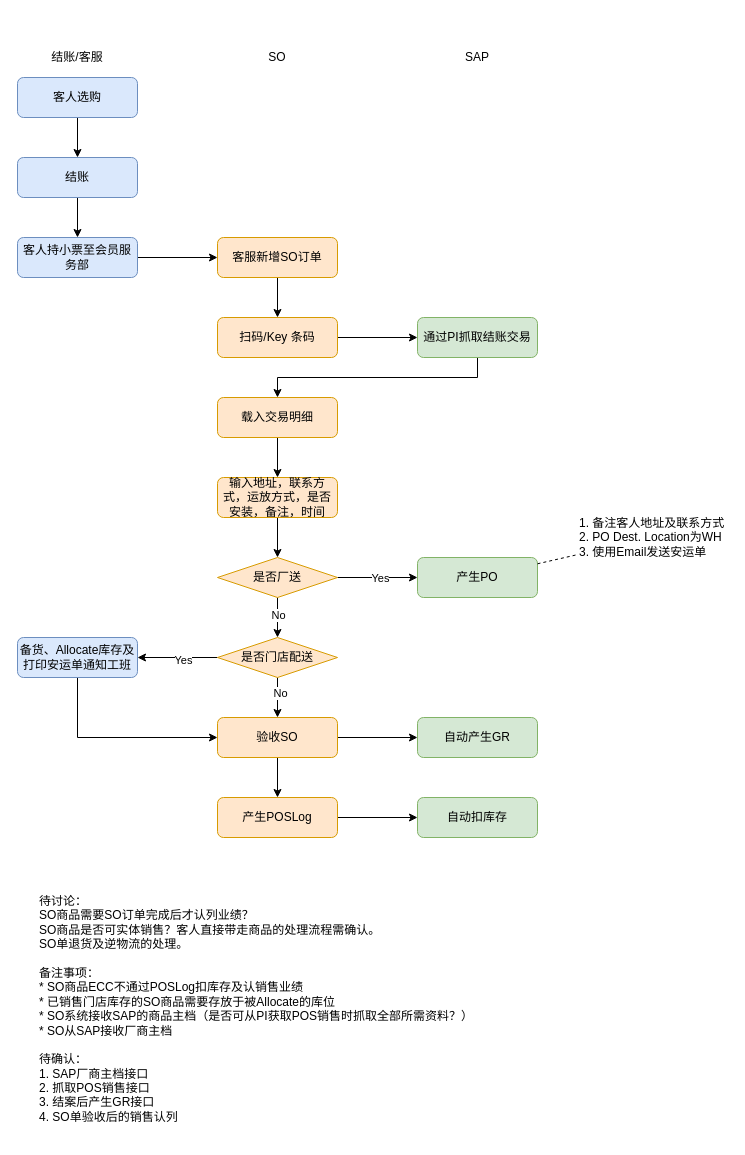
The draw.io diagram Special Order.drawio in luss613/draw.io, before the edit. Source tidied: cells renumbered, new cells numbered last; positions are measured from the earlier drawing's top-left corner, leaving out a move shared by most shapes. Both pictures are drawn from the tidied source at 100%, with x=0, y=0 at pixel (17, 47).
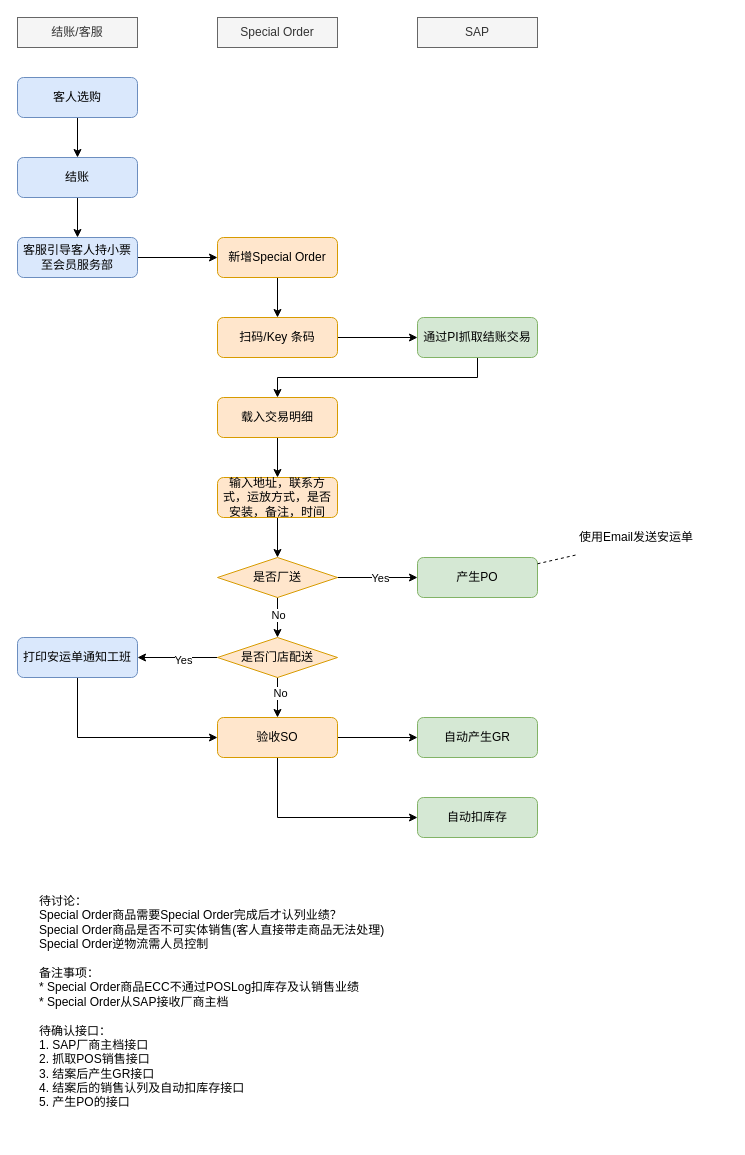
The same diagram, later.

The change refers to these unchanged cells:
```xml
<mxCell id="38" value="验收SO" style="rounded=1;whiteSpace=wrap;html=1;fontSize=12;glass=0;strokeWidth=1;shadow=0;fillColor=#ffe6cc;strokeColor=#d79b00;" parent="1" vertex="1">
  <mxGeometry x="200" y="670" width="120" height="40" as="geometry" />
</mxCell>
<mxCell id="40" value="自动扣库存" style="rounded=1;whiteSpace=wrap;html=1;fontSize=12;glass=0;strokeWidth=1;shadow=0;fillColor=#d5e8d4;strokeColor=#82b366;" parent="1" vertex="1">
  <mxGeometry x="400" y="750" width="120" height="40" as="geometry" />
</mxCell>
```

What changed in the source:
```diff
@@
-    <mxCell id="9" value="客人持小票至会员服务部" style="rounded=1;whiteSpace=wrap;html=1;fontSize=12;glass=0;strokeWidth=1;shadow=0;fillColor=#dae8fc;strokeColor=#6c8ebf;" parent="1" vertex="1">
+    <mxCell id="9" value="客服引导客人持小票至会员服务部" style="rounded=1;whiteSpace=wrap;html=1;fontSize=12;glass=0;strokeWidth=1;shadow=0;fillColor=#dae8fc;strokeColor=#6c8ebf;" parent="1" vertex="1">
       <mxGeometry y="190" width="120" height="40" as="geometry" />
     </mxCell>
@@
-    <mxCell id="11" value="客服新增SO订单" style="rounded=1;whiteSpace=wrap;html=1;fontSize=12;glass=0;strokeWidth=1;shadow=0;fillColor=#ffe6cc;strokeColor=#d79b00;" parent="1" vertex="1">
+    <mxCell id="11" value="新增Special Order" style="rounded=1;whiteSpace=wrap;html=1;fontSize=12;glass=0;strokeWidth=1;shadow=0;fillColor=#ffe6cc;strokeColor=#d79b00;" parent="1" vertex="1">
       <mxGeometry x="200" y="190" width="120" height="40" as="geometry" />
     </mxCell>
@@
-    <mxCell id="18" value="结账/客服" style="text;html=1;strokeColor=none;fillColor=none;align=center;verticalAlign=middle;whiteSpace=wrap;rounded=0;" parent="1" vertex="1">
-      <mxGeometry x="5" width="110" height="20" as="geometry" />
-    </mxCell>
-    <mxCell id="19" value="SO" style="text;html=1;strokeColor=none;fillColor=none;align=center;verticalAlign=middle;whiteSpace=wrap;rounded=0;" parent="1" vertex="1">
-      <mxGeometry x="205" width="110" height="20" as="geometry" />
-    </mxCell>
-    <mxCell id="20" value="SAP" style="text;html=1;strokeColor=none;fillColor=none;align=center;verticalAlign=middle;whiteSpace=wrap;rounded=0;" parent="1" vertex="1">
-      <mxGeometry x="405" width="110" height="20" as="geometry" />
-    </mxCell>
@@
-    <mxCell id="27" value="1. 备注客人地址及联系方式&lt;br&gt;2. PO Dest. Location为WH&lt;br&gt;3. 使用Email发送安运单" style="text;html=1;strokeColor=none;fillColor=none;align=left;verticalAlign=middle;whiteSpace=wrap;rounded=0;" parent="1" vertex="1">
+    <mxCell id="27" value="使用Email发送安运单" style="text;html=1;strokeColor=none;fillColor=none;align=left;verticalAlign=middle;whiteSpace=wrap;rounded=0;" parent="1" vertex="1">
       <mxGeometry x="560" y="470" width="150" height="40" as="geometry" />
     </mxCell>
@@
-    <mxCell id="35" value="备货、Allocate库存及打印安运单通知工班" style="rounded=1;whiteSpace=wrap;html=1;fontSize=12;glass=0;strokeWidth=1;shadow=0;fillColor=#dae8fc;strokeColor=#6c8ebf;" parent="1" vertex="1">
+    <mxCell id="35" value="打印安运单通知工班" style="rounded=1;whiteSpace=wrap;html=1;fontSize=12;glass=0;strokeWidth=1;shadow=0;fillColor=#dae8fc;strokeColor=#6c8ebf;" parent="1" vertex="1">
       <mxGeometry y="590" width="120" height="40" as="geometry" />
     </mxCell>
@@
-    <mxCell id="37" style="edgeStyle=orthogonalEdgeStyle;rounded=0;jettySize=auto;html=1;" parent="1" edge="1" source="38" target="43">
+    <mxCell id="37" style="edgeStyle=orthogonalEdgeStyle;rounded=0;jettySize=auto;html=1;entryX=0;entryY=0.5;entryDx=0;entryDy=0;exitX=0.5;exitY=1;exitDx=0;exitDy=0;" parent="1" edge="1" source="38" target="40">
       <mxGeometry relative="1" as="geometry" />
     </mxCell>
@@
-    <mxCell id="41" value="待讨论：&lt;br&gt;SO商品需要SO订单完成后才认列业绩？&lt;br&gt;SO商品是否可实体销售？客人直接带走商品的处理流程需确认。&lt;br&gt;SO单退货及逆物流的处理。&lt;br&gt;&lt;br&gt;备注事项：&lt;br&gt;* SO商品ECC不通过POSLog扣库存及认销售业绩&lt;br&gt;* 已销售门店库存的SO商品需要存放于被Allocate的库位&lt;br&gt;* SO系统接收SAP的商品主档（是否可从PI获取POS销售时抓取全部所需资料？）&lt;br&gt;* SO从SAP接收厂商主档&lt;br&gt;&lt;br&gt;待确认：&lt;br&gt;1. SAP厂商主档接口&lt;br&gt;2. 抓取POS销售接口&lt;br&gt;3. 结案后产生GR接口&lt;br&gt;4. SO单验收后的销售认列" style="text;html=1;strokeColor=none;fillColor=none;align=left;verticalAlign=top;whiteSpace=wrap;rounded=0;" parent="1" vertex="1">
+    <mxCell id="41" value="待讨论：&lt;br&gt;Special Order商品需要Special Order完成后才认列业绩？&lt;br&gt;Special Order商品是否不可实体销售(客人直接带走商品无法处理)&lt;br&gt;Special Order逆物流需人员控制&lt;br&gt;&lt;br&gt;备注事项：&lt;br&gt;* Special Order商品ECC不通过POSLog扣库存及认销售业绩&lt;br&gt;* Special Order从SAP接收厂商主档&lt;br&gt;&lt;br&gt;待确认接口：&lt;br&gt;1. SAP厂商主档接口&lt;br&gt;2. 抓取POS销售接口&lt;br&gt;3. 结案后产生GR接口&lt;br&gt;4. 结案后的销售认列及自动扣库存接口&lt;br&gt;5. 产生PO的接口" style="text;html=1;strokeColor=none;fillColor=none;align=left;verticalAlign=top;whiteSpace=wrap;rounded=0;" parent="1" vertex="1">
       <mxGeometry x="20" y="840" width="640" height="250" as="geometry" />
     </mxCell>
-    <mxCell id="42" style="edgeStyle=orthogonalEdgeStyle;rounded=0;jettySize=auto;html=1;" parent="1" edge="1" source="43" target="40">
-      <mxGeometry relative="1" as="geometry" />
-    </mxCell>
-    <mxCell id="43" value="产生POSLog" style="rounded=1;whiteSpace=wrap;html=1;fontSize=12;glass=0;strokeWidth=1;shadow=0;fillColor=#ffe6cc;strokeColor=#d79b00;" parent="1" vertex="1">
-      <mxGeometry x="200" y="750" width="120" height="40" as="geometry" />
-    </mxCell>
+    <mxCell id="18" value="&lt;span style=&quot;&quot;&gt;结账/客服&lt;/span&gt;" style="rounded=0;whiteSpace=wrap;html=1;align=center;verticalAlign=middle;fillColor=#f5f5f5;strokeColor=#666666;fontColor=#333333;" parent="1" vertex="1">
+      <mxGeometry y="-30" width="120" height="30" as="geometry" />
+    </mxCell>
+    <mxCell id="44" value="Special Order" style="rounded=0;whiteSpace=wrap;html=1;align=center;verticalAlign=middle;fillColor=#f5f5f5;strokeColor=#666666;fontColor=#333333;" parent="1" vertex="1">
+      <mxGeometry x="200" y="-30" width="120" height="30" as="geometry" />
+    </mxCell>
+    <mxCell id="20" value="&lt;span&gt;SAP&lt;/span&gt;" style="rounded=0;whiteSpace=wrap;html=1;align=center;verticalAlign=middle;fillColor=#f5f5f5;strokeColor=#666666;fontColor=#333333;" parent="1" vertex="1">
+      <mxGeometry x="400" y="-30" width="120" height="30" as="geometry" />
+    </mxCell>
```
